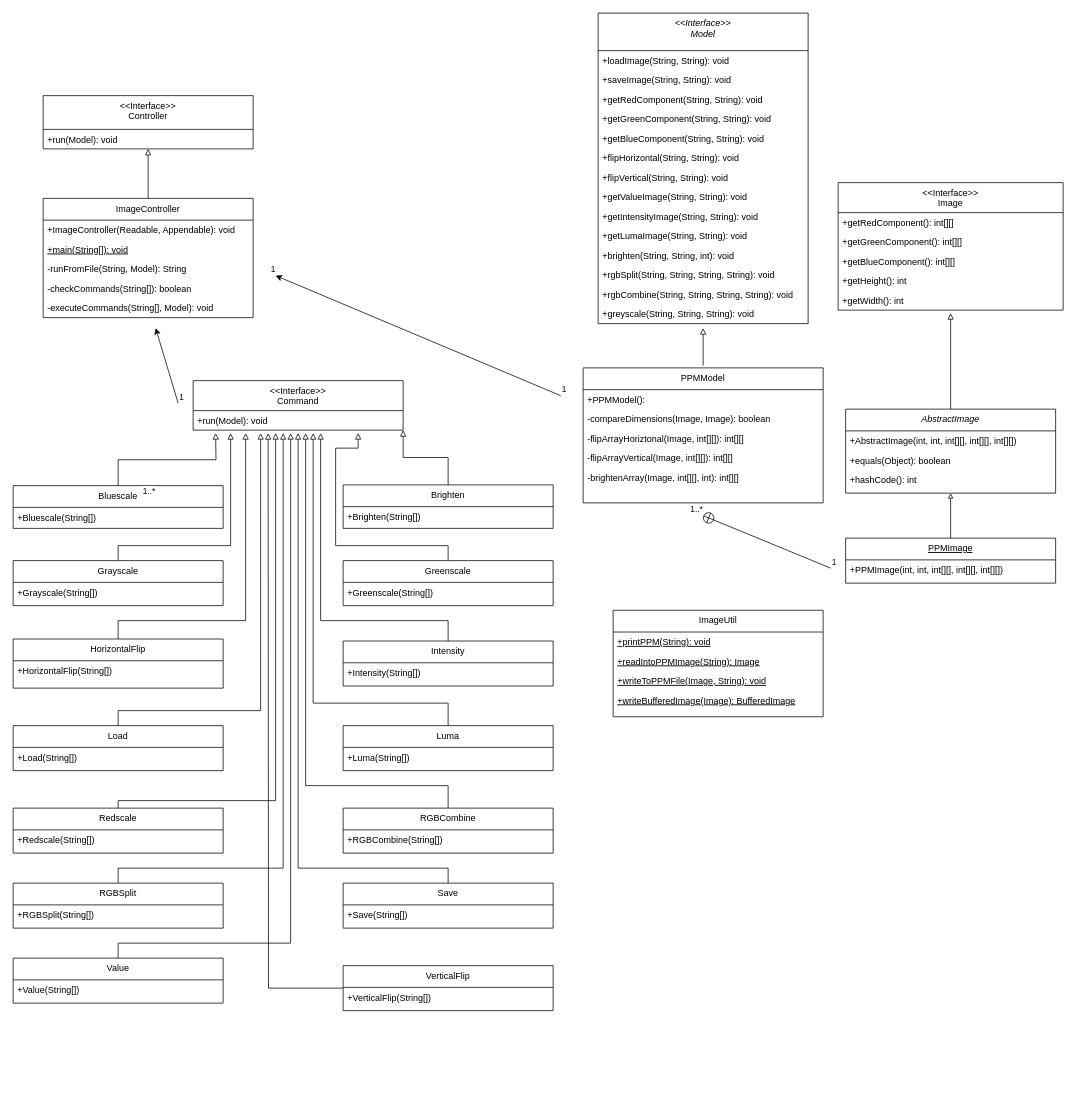
This is Class Diagram.drawio from Brian-T-Horner/CS5010-Assignment4, a draw.io file, before an edit. Source tidied: cells renumbered, new cells numbered last; positions are measured from the earlier drawing's top-left corner, leaving out a move shared by most shapes. Both pictures are drawn from the tidied source at 75%, with x=0, y=0 at pixel (13, 13).
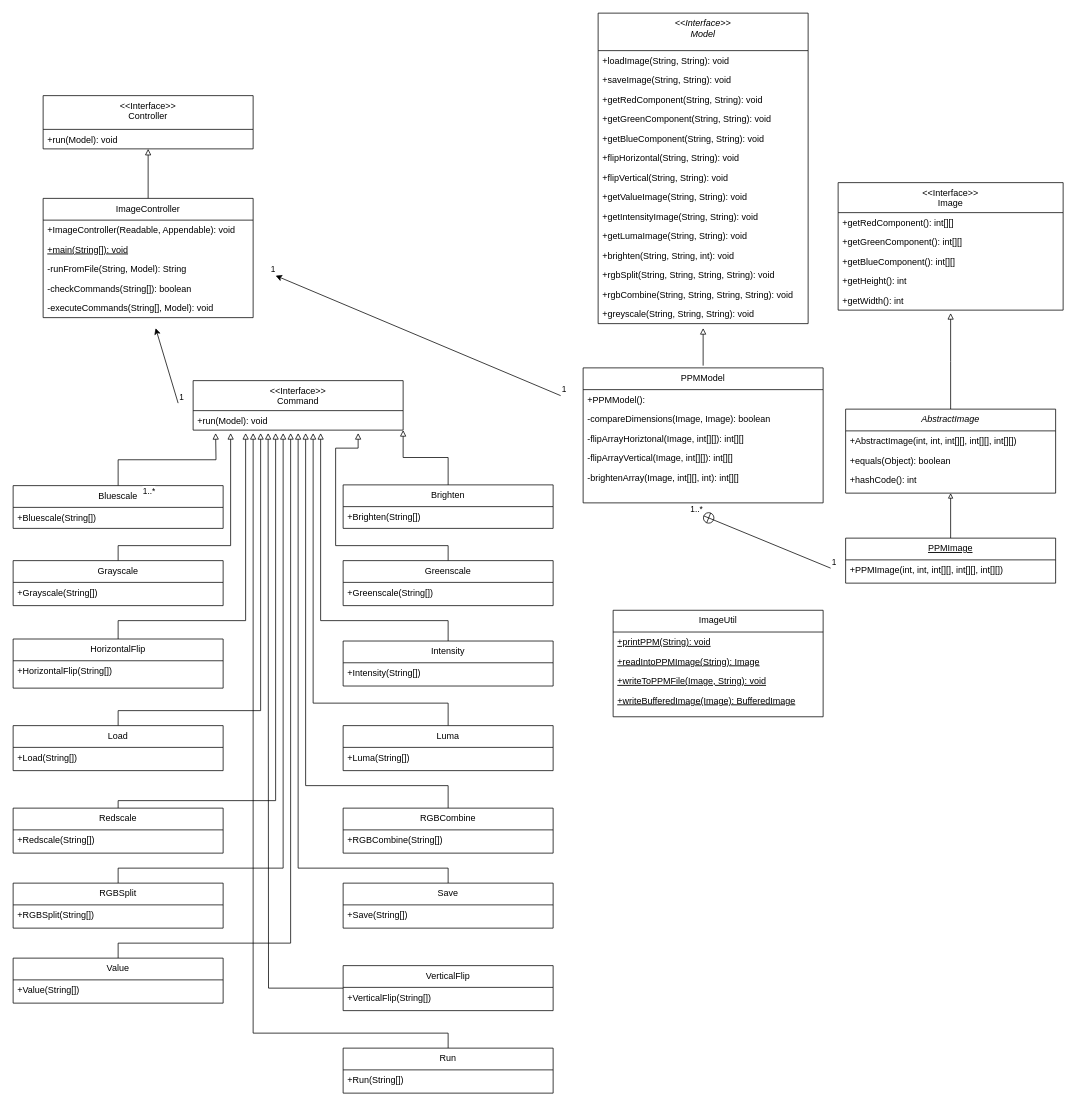
Above is the later version.

Commit message:
Added run command to diagram

Diff of the diagram source:
```diff
@@
+    <mxCell id="105" style="edgeStyle=orthogonalEdgeStyle;rounded=0;jettySize=auto;html=1;exitX=0.5;exitY=0;exitDx=0;exitDy=0;endArrow=block;endFill=0;" parent="1" edge="1" source="106">
+      <mxGeometry relative="1" as="geometry">
+        <mxPoint x="320" y="560" as="targetPoint" />
+        <Array as="points">
+          <mxPoint x="580" y="1360" />
+          <mxPoint x="320" y="1360" />
+        </Array>
+      </mxGeometry>
+    </mxCell>
+    <mxCell id="106" value="Run" style="swimlane;fontStyle=0;align=center;verticalAlign=top;horizontal=1;startSize=29;rounded=0;shadow=0;strokeWidth=1;" parent="1" vertex="1">
+      <mxGeometry x="440" y="1380" width="280" height="60" as="geometry" />
+    </mxCell>
+    <mxCell id="107" value="+Run(String[])" style="text;align=left;verticalAlign=top;spacingLeft=4;spacingRight=4;overflow=hidden;fontStyle=0;" parent="106" vertex="1">
+      <mxGeometry y="29" width="280" height="26" as="geometry" />
+    </mxCell>
```
